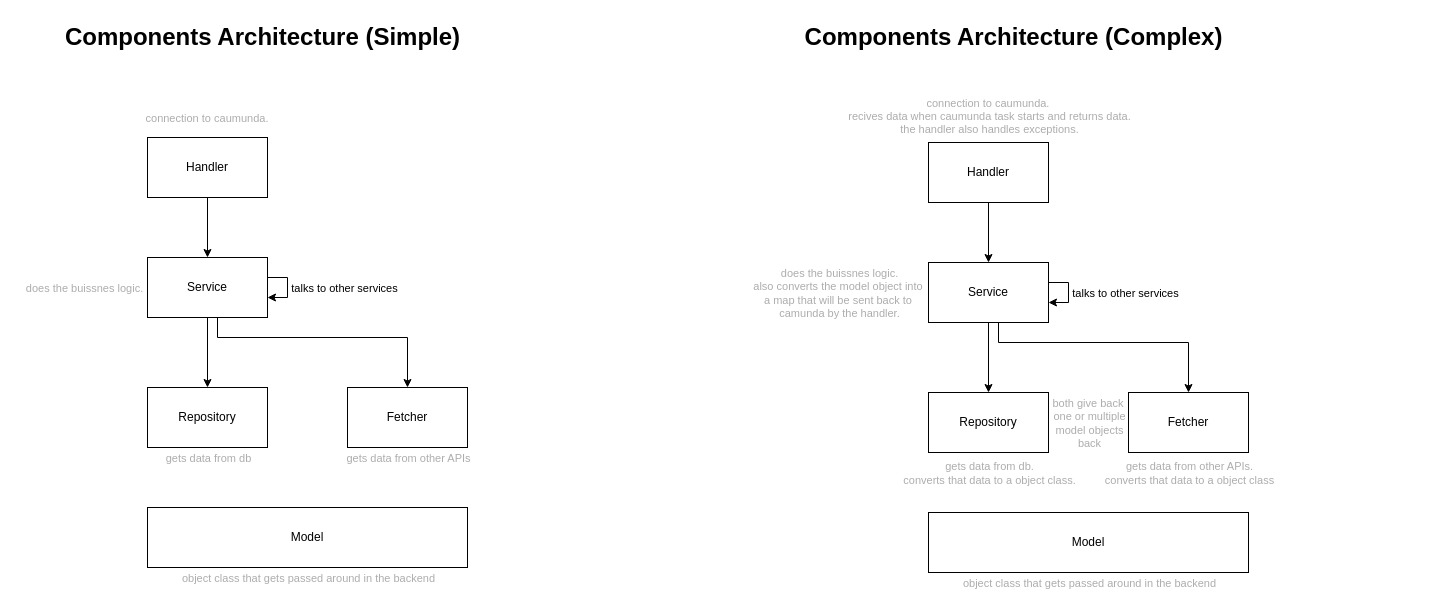
The draw.io diagram 03-documentation/appendix/backend-structure.drawio in Luka0731/M254_AP24b_LB3_Canmaya-Grujic, before the edit. Source tidied: cells renumbered, new cells numbered last; positions are measured from the earlier drawing's top-left corner, leaving out a move shared by most shapes. Both pictures are drawn from the tidied source at 100%, with x=0, y=0 at pixel (17, 17).
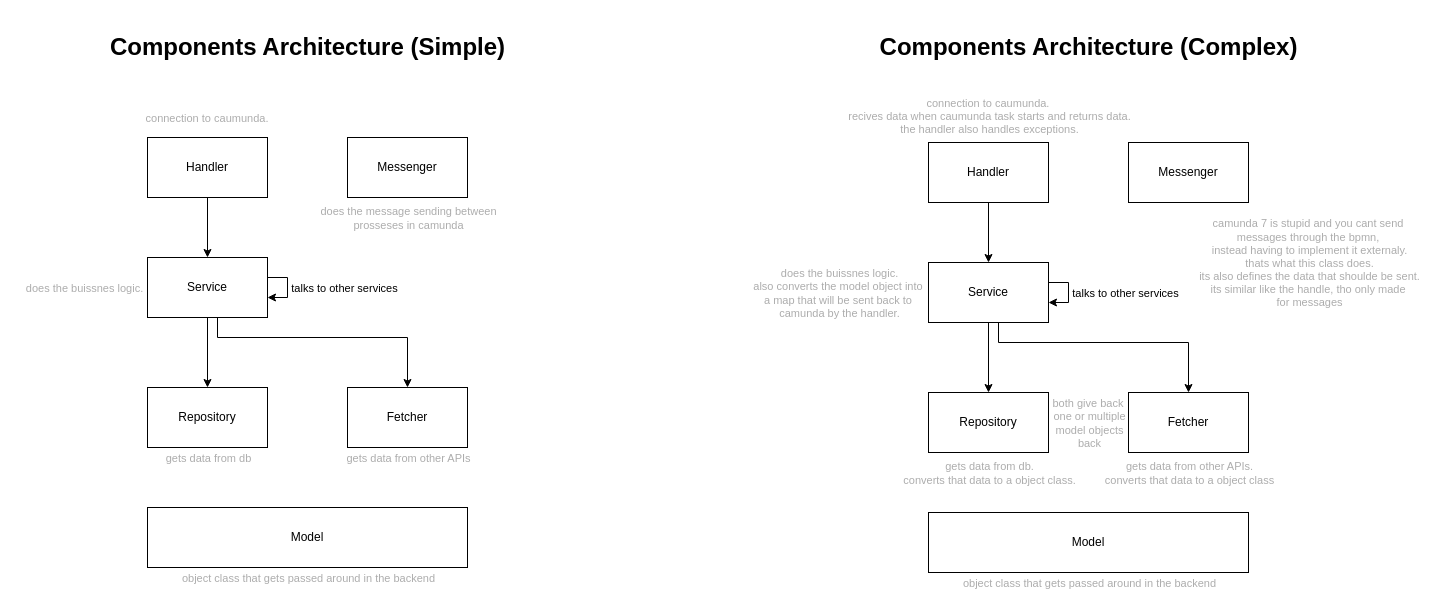
The same page after the edit.

The edit, as a diff of the source:
```diff
@@
     <mxCell id="33" value="Components Architecture (Simple)" style="text;strokeColor=none;fillColor=none;html=1;fontSize=24;fontStyle=1;verticalAlign=middle;align=center;" parent="1" vertex="1">
-      <mxGeometry width="490" height="40" as="geometry" />
+      <mxGeometry x="45" y="10" width="490" height="40" as="geometry" />
     </mxCell>
     <mxCell id="34" value="Components Architecture (Complex)" style="text;strokeColor=none;fillColor=none;html=1;fontSize=24;fontStyle=1;verticalAlign=middle;align=center;" parent="1" vertex="1">
-      <mxGeometry x="751" width="490" height="40" as="geometry" />
+      <mxGeometry x="826" y="10" width="490" height="40" as="geometry" />
     </mxCell>
+    <mxCell id="35" value="Messenger" style="rounded=0;whiteSpace=wrap;html=1;" parent="1" vertex="1">
+      <mxGeometry x="330" y="120" width="120" height="60" as="geometry" />
+    </mxCell>
+    <mxCell id="36" value="&lt;font color=&quot;#adadad&quot;&gt;does the message sending between&lt;/font&gt;&lt;div&gt;&lt;font color=&quot;#adadad&quot;&gt;prosseses in camunda&lt;/font&gt;&lt;/div&gt;" style="edgeLabel;html=1;align=center;verticalAlign=middle;" parent="1" vertex="1">
+      <mxGeometry x="390" y="200" as="geometry" />
+    </mxCell>
+    <mxCell id="37" value="Messenger" style="rounded=0;whiteSpace=wrap;html=1;" parent="1" vertex="1">
+      <mxGeometry x="1111" y="125" width="120" height="60" as="geometry" />
+    </mxCell>
+    <mxCell id="38" value="&lt;div&gt;&lt;font color=&quot;#adadad&quot;&gt;camunda 7 is stupid and you cant send&amp;nbsp;&lt;/font&gt;&lt;/div&gt;&lt;div&gt;&lt;font color=&quot;#adadad&quot;&gt;messages&amp;nbsp;&lt;/font&gt;&lt;font color=&quot;#adadad&quot;&gt;through the bpmn,&amp;nbsp;&lt;/font&gt;&lt;/div&gt;&lt;div&gt;&lt;span style=&quot;color: rgb(173, 173, 173);&quot;&gt;instead having&amp;nbsp;&lt;/span&gt;&lt;span style=&quot;color: rgb(173, 173, 173);&quot;&gt;to implement it externaly.&lt;/span&gt;&lt;/div&gt;&lt;font color=&quot;#adadad&quot;&gt;thats what this class does.&lt;br&gt;its also defines the data that shoulde be sent.&lt;br&gt;its similar like the handle, tho only made&amp;nbsp;&lt;/font&gt;&lt;div&gt;&lt;font color=&quot;#adadad&quot;&gt;for messages&lt;/font&gt;&lt;/div&gt;" style="edgeLabel;html=1;align=center;verticalAlign=middle;" parent="1" vertex="1">
+      <mxGeometry x="1291" y="245" as="geometry" />
+    </mxCell>
```
